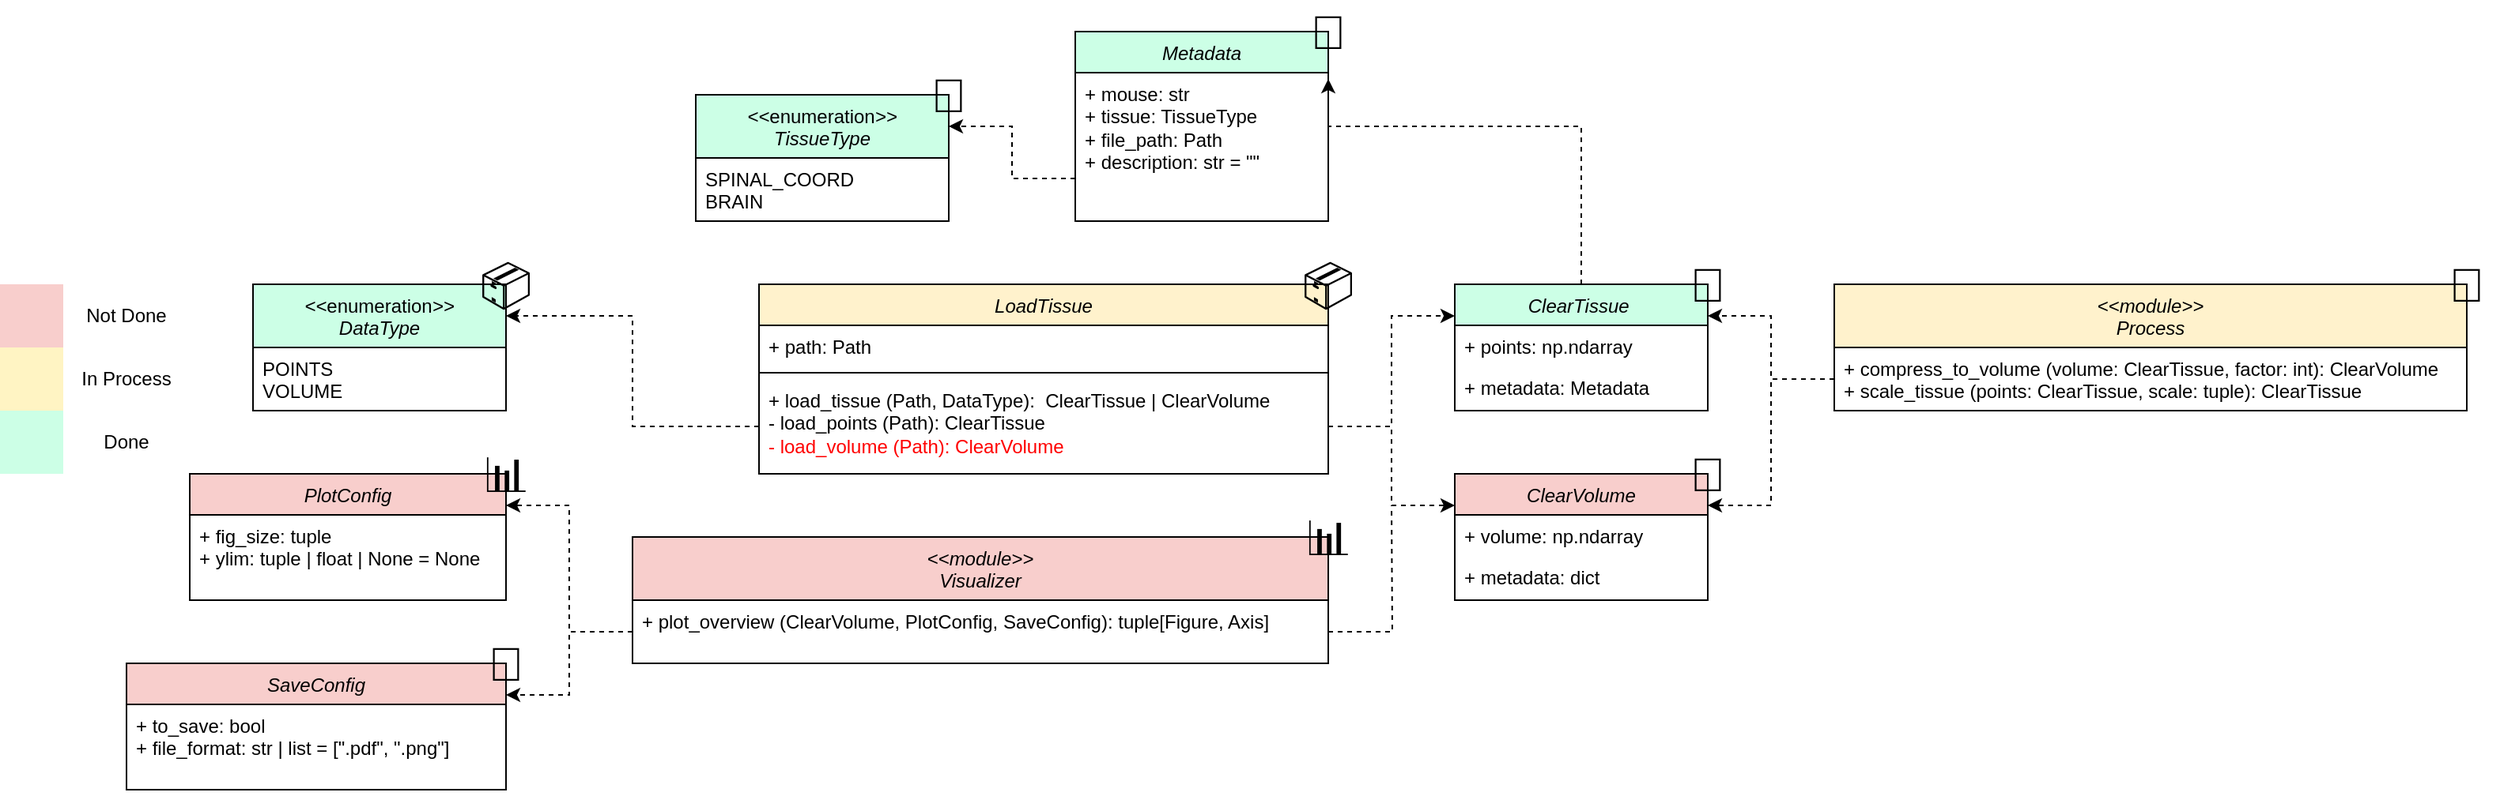
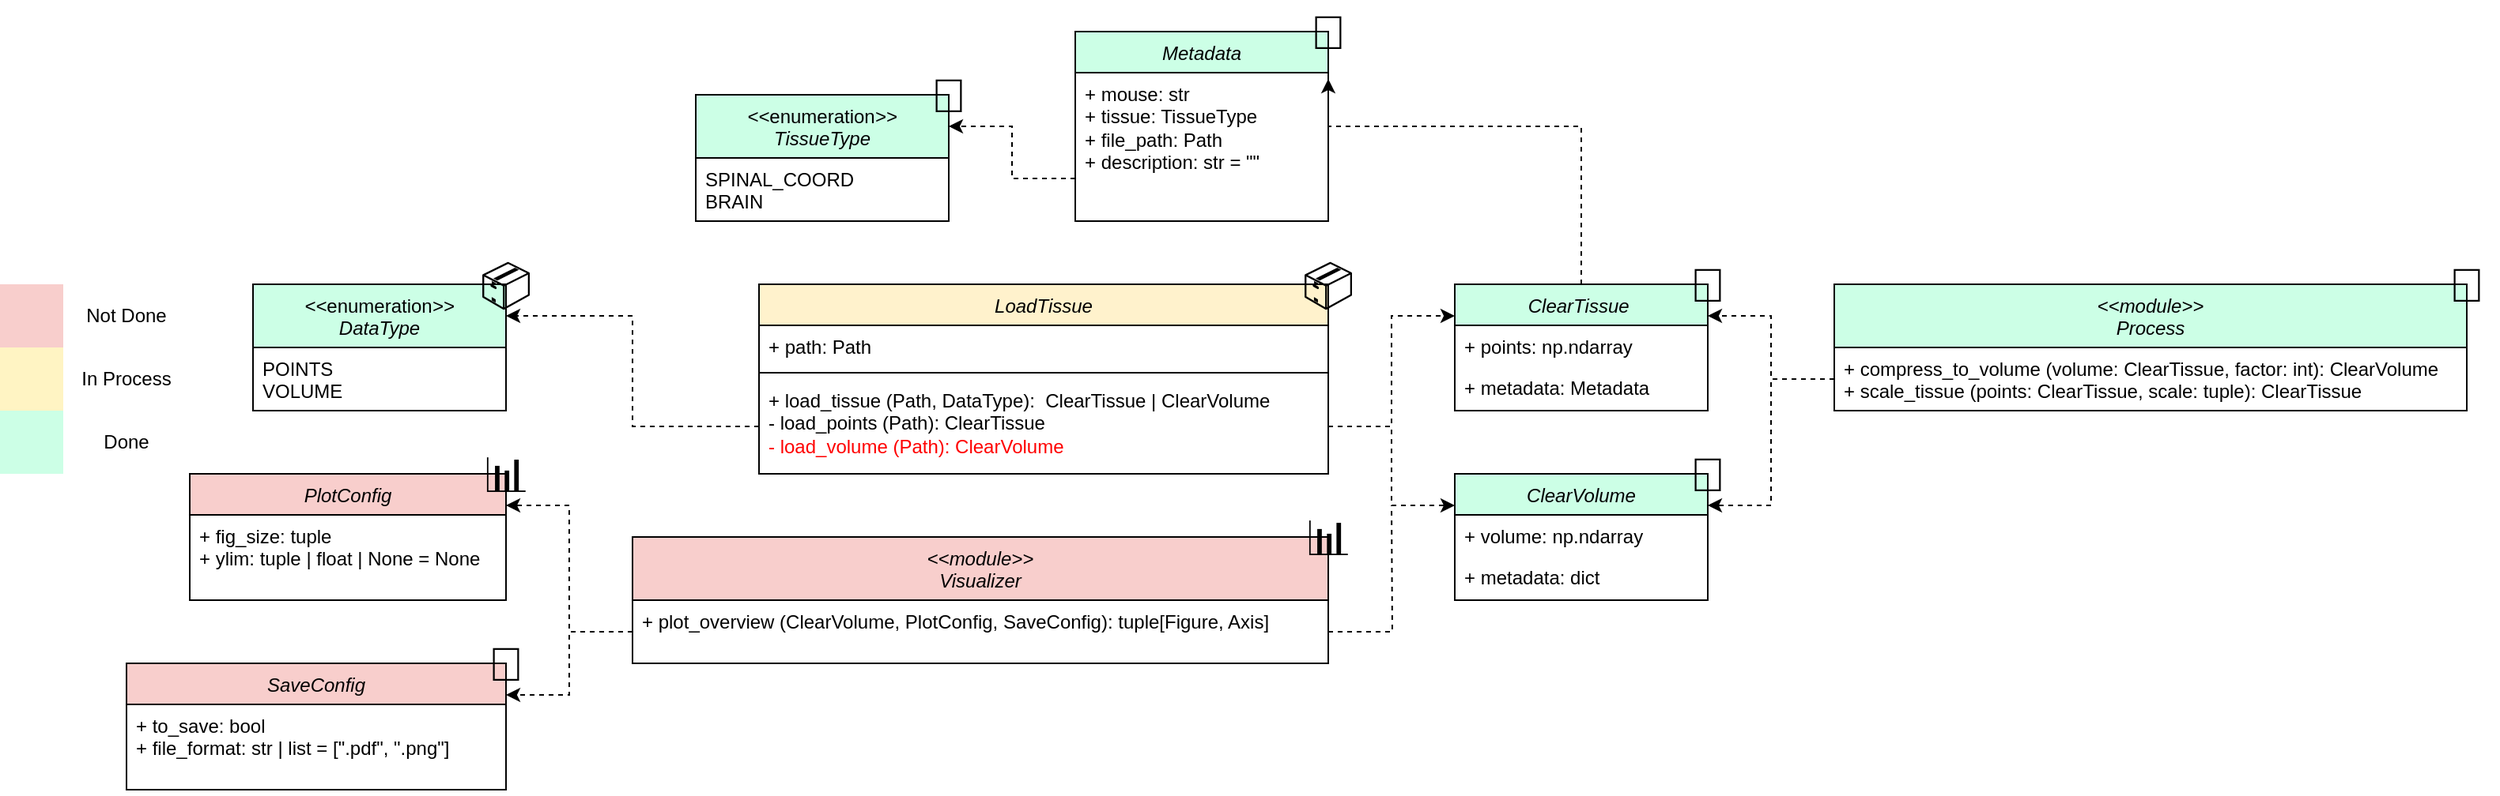
<mxfile host="Electron" agent="Mozilla/5.0 (Macintosh; Intel Mac OS X 10_15_7) AppleWebKit/537.36 (KHTML, like Gecko) draw.io/29.6.1 Chrome/142.0.7444.265 Electron/39.8.0 Safari/537.36" version="29.6.1">
  <diagram id="C5RBs43oDa-KdzZeNtuy" name="Page-1">
    <mxGraphModel dx="2335" dy="891" grid="1" gridSize="10" guides="1" tooltips="1" connect="1" arrows="1" fold="1" page="1" pageScale="1" pageWidth="827" pageHeight="1169" math="0" shadow="0">
      <root>
        <mxCell id="WIyWlLk6GJQsqaUBKTNV-0" />
        <mxCell id="WIyWlLk6GJQsqaUBKTNV-1" parent="WIyWlLk6GJQsqaUBKTNV-0" />
        <mxCell id="zkfFHV4jXpPFQw0GAbJ--0" parent="WIyWlLk6GJQsqaUBKTNV-1" style="swimlane;fontStyle=2;align=center;verticalAlign=top;childLayout=stackLayout;horizontal=1;startSize=26;horizontalStack=0;resizeParent=1;resizeLast=0;collapsible=1;marginBottom=0;rounded=0;shadow=0;strokeWidth=1;fillColor=#CCFFE6;" value="ClearTissue " vertex="1">
          <mxGeometry height="80" width="160" x="600" y="200" as="geometry">
            <mxRectangle height="26" width="160" x="360" y="40" as="alternateBounds" />
          </mxGeometry>
        </mxCell>
        <mxCell id="zkfFHV4jXpPFQw0GAbJ--1" parent="zkfFHV4jXpPFQw0GAbJ--0" style="text;align=left;verticalAlign=top;spacingLeft=4;spacingRight=4;overflow=hidden;rotatable=0;points=[[0,0.5],[1,0.5]];portConstraint=eastwest;" value="+ points: np.ndarray" vertex="1">
          <mxGeometry height="26" width="160" y="26" as="geometry" />
        </mxCell>
        <mxCell id="zkfFHV4jXpPFQw0GAbJ--2" parent="zkfFHV4jXpPFQw0GAbJ--0" style="text;align=left;verticalAlign=top;spacingLeft=4;spacingRight=4;overflow=hidden;rotatable=0;points=[[0,0.5],[1,0.5]];portConstraint=eastwest;rounded=0;shadow=0;html=0;" value="+ metadata: Metadata" vertex="1">
          <mxGeometry height="26" width="160" y="52" as="geometry" />
        </mxCell>
        <mxCell id="KJ-KwieZcmjA-HbrrtZJ-0" parent="WIyWlLk6GJQsqaUBKTNV-1" style="swimlane;fontStyle=1;align=center;verticalAlign=top;childLayout=stackLayout;horizontal=1;startSize=26;horizontalStack=0;resizeParent=1;resizeParentMax=0;resizeLast=0;collapsible=1;marginBottom=0;whiteSpace=wrap;html=1;fillColor=#FFF2CC;" value="&lt;i style=&quot;font-weight: normal;&quot;&gt;LoadTissue&lt;/i&gt;" vertex="1">
          <mxGeometry height="120" width="360" x="160" y="200" as="geometry" />
        </mxCell>
        <mxCell id="KJ-KwieZcmjA-HbrrtZJ-1" parent="KJ-KwieZcmjA-HbrrtZJ-0" style="text;strokeColor=none;fillColor=none;align=left;verticalAlign=top;spacingLeft=4;spacingRight=4;overflow=hidden;rotatable=0;points=[[0,0.5],[1,0.5]];portConstraint=eastwest;whiteSpace=wrap;html=1;" value="+ path: Path" vertex="1">
          <mxGeometry height="26" width="360" y="26" as="geometry" />
        </mxCell>
        <mxCell id="KJ-KwieZcmjA-HbrrtZJ-2" parent="KJ-KwieZcmjA-HbrrtZJ-0" style="line;strokeWidth=1;fillColor=none;align=left;verticalAlign=middle;spacingTop=-1;spacingLeft=3;spacingRight=3;rotatable=0;labelPosition=right;points=[];portConstraint=eastwest;strokeColor=inherit;" value="" vertex="1">
          <mxGeometry height="8" width="360" y="52" as="geometry" />
        </mxCell>
        <mxCell id="KJ-KwieZcmjA-HbrrtZJ-3" parent="KJ-KwieZcmjA-HbrrtZJ-0" style="text;strokeColor=none;fillColor=none;align=left;verticalAlign=top;spacingLeft=4;spacingRight=4;overflow=hidden;rotatable=0;points=[[0,0.5],[1,0.5]];portConstraint=eastwest;whiteSpace=wrap;html=1;" value="+ load_tissue (&lt;span style=&quot;background-color: transparent; color: light-dark(rgb(0, 0, 0), rgb(255, 255, 255));&quot;&gt;Path,&amp;nbsp;&lt;/span&gt;&lt;span style=&quot;text-align: center;&quot;&gt;DataType&lt;/span&gt;&lt;span style=&quot;background-color: transparent; color: light-dark(rgb(0, 0, 0), rgb(255, 255, 255));&quot;&gt;):&amp;nbsp; ClearTissue | ClearVolume&lt;/span&gt;&lt;div&gt;&lt;span style=&quot;background-color: transparent; color: light-dark(rgb(0, 0, 0), rgb(255, 255, 255));&quot;&gt;- load_points (Path): ClearTissue&lt;/span&gt;&lt;/div&gt;&lt;div&gt;&lt;span style=&quot;background-color: transparent;&quot;&gt;&lt;font style=&quot;color: light-dark(rgb(255, 0, 0), rgb(255, 255, 255));&quot;&gt;- load_volume (Path): ClearVolume&lt;/font&gt;&lt;/span&gt;&lt;/div&gt;" vertex="1">
          <mxGeometry height="60" width="360" y="60" as="geometry" />
        </mxCell>
        <mxCell id="KJ-KwieZcmjA-HbrrtZJ-9" parent="WIyWlLk6GJQsqaUBKTNV-1" style="swimlane;fontStyle=1;align=center;verticalAlign=top;childLayout=stackLayout;horizontal=1;startSize=40;horizontalStack=0;resizeParent=1;resizeParentMax=0;resizeLast=0;collapsible=1;marginBottom=0;whiteSpace=wrap;html=1;fillColor=#CCFFE6;" value="&lt;i style=&quot;font-weight: 400;&quot;&gt;&amp;lt;&amp;lt;&lt;/i&gt;&lt;span style=&quot;font-weight: 400;&quot;&gt;enumeration&lt;/span&gt;&lt;i style=&quot;font-weight: 400;&quot;&gt;&amp;gt;&amp;gt;&lt;/i&gt;&lt;br style=&quot;font-weight: 400;&quot;&gt;&lt;i style=&quot;font-weight: 400;&quot;&gt;DataType&lt;/i&gt;" vertex="1">
          <mxGeometry height="80" width="160" x="-160" y="200" as="geometry" />
        </mxCell>
        <mxCell id="KJ-KwieZcmjA-HbrrtZJ-10" parent="KJ-KwieZcmjA-HbrrtZJ-9" style="text;strokeColor=none;fillColor=none;align=left;verticalAlign=top;spacingLeft=4;spacingRight=4;overflow=hidden;rotatable=0;points=[[0,0.5],[1,0.5]];portConstraint=eastwest;whiteSpace=wrap;html=1;" value="POINTS&lt;div&gt;VOLUME&lt;/div&gt;" vertex="1">
          <mxGeometry height="40" width="160" y="40" as="geometry" />
        </mxCell>
        <mxCell id="KJ-KwieZcmjA-HbrrtZJ-14" edge="1" parent="WIyWlLk6GJQsqaUBKTNV-1" source="KJ-KwieZcmjA-HbrrtZJ-3" style="edgeStyle=orthogonalEdgeStyle;rounded=0;orthogonalLoop=1;jettySize=auto;html=1;exitX=0;exitY=0.5;exitDx=0;exitDy=0;entryX=1;entryY=0.25;entryDx=0;entryDy=0;dashed=1;" target="KJ-KwieZcmjA-HbrrtZJ-9">
          <mxGeometry relative="1" as="geometry" />
        </mxCell>
        <mxCell id="KJ-KwieZcmjA-HbrrtZJ-15" edge="1" parent="WIyWlLk6GJQsqaUBKTNV-1" source="KJ-KwieZcmjA-HbrrtZJ-3" style="edgeStyle=orthogonalEdgeStyle;rounded=0;orthogonalLoop=1;jettySize=auto;html=1;exitX=1;exitY=0.5;exitDx=0;exitDy=0;entryX=0;entryY=0.25;entryDx=0;entryDy=0;dashed=1;" target="zkfFHV4jXpPFQw0GAbJ--0">
          <mxGeometry relative="1" as="geometry" />
        </mxCell>
-         <mxCell id="KJ-KwieZcmjA-HbrrtZJ-16" parent="WIyWlLk6GJQsqaUBKTNV-1" style="swimlane;fontStyle=2;align=center;verticalAlign=top;childLayout=stackLayout;horizontal=1;startSize=26;horizontalStack=0;resizeParent=1;resizeLast=0;collapsible=1;marginBottom=0;rounded=0;shadow=0;strokeWidth=1;fillColor=#F8CECC;" value="ClearVolume" vertex="1">
+         <mxCell id="KJ-KwieZcmjA-HbrrtZJ-16" parent="WIyWlLk6GJQsqaUBKTNV-1" style="swimlane;fontStyle=2;align=center;verticalAlign=top;childLayout=stackLayout;horizontal=1;startSize=26;horizontalStack=0;resizeParent=1;resizeLast=0;collapsible=1;marginBottom=0;rounded=0;shadow=0;strokeWidth=1;fillColor=light-dark(#ccffe6, #1f2f1e);" value="ClearVolume" vertex="1">
          <mxGeometry height="80" width="160" x="600" y="320" as="geometry">
            <mxRectangle height="26" width="160" x="360" y="40" as="alternateBounds" />
          </mxGeometry>
        </mxCell>
        <mxCell id="KJ-KwieZcmjA-HbrrtZJ-17" parent="KJ-KwieZcmjA-HbrrtZJ-16" style="text;align=left;verticalAlign=top;spacingLeft=4;spacingRight=4;overflow=hidden;rotatable=0;points=[[0,0.5],[1,0.5]];portConstraint=eastwest;" value="+ volume: np.ndarray" vertex="1">
          <mxGeometry height="26" width="160" y="26" as="geometry" />
        </mxCell>
        <mxCell id="KJ-KwieZcmjA-HbrrtZJ-18" parent="KJ-KwieZcmjA-HbrrtZJ-16" style="text;align=left;verticalAlign=top;spacingLeft=4;spacingRight=4;overflow=hidden;rotatable=0;points=[[0,0.5],[1,0.5]];portConstraint=eastwest;rounded=0;shadow=0;html=0;" value="+ metadata: dict" vertex="1">
          <mxGeometry height="26" width="160" y="52" as="geometry" />
        </mxCell>
        <mxCell id="KJ-KwieZcmjA-HbrrtZJ-19" edge="1" parent="WIyWlLk6GJQsqaUBKTNV-1" source="KJ-KwieZcmjA-HbrrtZJ-3" style="edgeStyle=orthogonalEdgeStyle;rounded=0;orthogonalLoop=1;jettySize=auto;html=1;exitX=1;exitY=0.5;exitDx=0;exitDy=0;entryX=0;entryY=0.25;entryDx=0;entryDy=0;dashed=1;" target="KJ-KwieZcmjA-HbrrtZJ-16">
          <mxGeometry relative="1" as="geometry" />
        </mxCell>
-         <mxCell id="KJ-KwieZcmjA-HbrrtZJ-23" parent="WIyWlLk6GJQsqaUBKTNV-1" style="swimlane;fontStyle=1;align=center;verticalAlign=top;childLayout=stackLayout;horizontal=1;startSize=40;horizontalStack=0;resizeParent=1;resizeParentMax=0;resizeLast=0;collapsible=1;marginBottom=0;whiteSpace=wrap;html=1;fillColor=#FFF2CC;" value="&lt;div&gt;&lt;i style=&quot;font-weight: normal;&quot;&gt;&amp;lt;&amp;lt;module&amp;gt;&amp;gt;&lt;/i&gt;&lt;/div&gt;&lt;i style=&quot;font-weight: normal;&quot;&gt;Process&lt;/i&gt;" vertex="1">
+         <mxCell id="KJ-KwieZcmjA-HbrrtZJ-23" parent="WIyWlLk6GJQsqaUBKTNV-1" style="swimlane;fontStyle=1;align=center;verticalAlign=top;childLayout=stackLayout;horizontal=1;startSize=40;horizontalStack=0;resizeParent=1;resizeParentMax=0;resizeLast=0;collapsible=1;marginBottom=0;whiteSpace=wrap;html=1;fillColor=light-dark(#ccffe6, #1f2f1e);" value="&lt;div&gt;&lt;i style=&quot;font-weight: normal;&quot;&gt;&amp;lt;&amp;lt;module&amp;gt;&amp;gt;&lt;/i&gt;&lt;/div&gt;&lt;i style=&quot;font-weight: normal;&quot;&gt;Process&lt;/i&gt;" vertex="1">
          <mxGeometry height="80" width="400" x="840" y="200" as="geometry" />
        </mxCell>
        <mxCell id="KJ-KwieZcmjA-HbrrtZJ-26" parent="KJ-KwieZcmjA-HbrrtZJ-23" style="text;strokeColor=none;fillColor=none;align=left;verticalAlign=top;spacingLeft=4;spacingRight=4;overflow=hidden;rotatable=0;points=[[0,0.5],[1,0.5]];portConstraint=eastwest;whiteSpace=wrap;html=1;" value="+ compress_to_volume (volume: ClearTissue, factor: int): ClearVolume&lt;div&gt;+ scale_tissue (points: ClearTissue, scale: tuple): ClearTissue&lt;/div&gt;" vertex="1">
          <mxGeometry height="40" width="400" y="40" as="geometry" />
        </mxCell>
        <mxCell id="KJ-KwieZcmjA-HbrrtZJ-27" edge="1" parent="WIyWlLk6GJQsqaUBKTNV-1" source="KJ-KwieZcmjA-HbrrtZJ-26" style="edgeStyle=orthogonalEdgeStyle;rounded=0;orthogonalLoop=1;jettySize=auto;html=1;exitX=0;exitY=0.5;exitDx=0;exitDy=0;entryX=1;entryY=0.25;entryDx=0;entryDy=0;dashed=1;" target="zkfFHV4jXpPFQw0GAbJ--0">
          <mxGeometry relative="1" as="geometry" />
        </mxCell>
        <mxCell id="KJ-KwieZcmjA-HbrrtZJ-28" edge="1" parent="WIyWlLk6GJQsqaUBKTNV-1" source="KJ-KwieZcmjA-HbrrtZJ-26" style="edgeStyle=orthogonalEdgeStyle;rounded=0;orthogonalLoop=1;jettySize=auto;html=1;exitX=0;exitY=0.5;exitDx=0;exitDy=0;entryX=1;entryY=0.25;entryDx=0;entryDy=0;dashed=1;" target="KJ-KwieZcmjA-HbrrtZJ-16">
          <mxGeometry relative="1" as="geometry" />
        </mxCell>
        <mxCell id="KJ-KwieZcmjA-HbrrtZJ-29" parent="WIyWlLk6GJQsqaUBKTNV-1" style="swimlane;fontStyle=1;align=center;verticalAlign=top;childLayout=stackLayout;horizontal=1;startSize=40;horizontalStack=0;resizeParent=1;resizeParentMax=0;resizeLast=0;collapsible=1;marginBottom=0;whiteSpace=wrap;html=1;fillColor=#F8CECC;" value="&lt;div&gt;&lt;i style=&quot;font-weight: normal;&quot;&gt;&amp;lt;&amp;lt;module&amp;gt;&amp;gt;&lt;/i&gt;&lt;i style=&quot;font-weight: normal;&quot;&gt;&lt;/i&gt;&lt;/div&gt;&lt;i style=&quot;font-weight: normal;&quot;&gt;Visualizer&lt;/i&gt;" vertex="1">
          <mxGeometry height="80" width="440" x="80" y="360" as="geometry" />
        </mxCell>
        <mxCell id="KJ-KwieZcmjA-HbrrtZJ-32" parent="KJ-KwieZcmjA-HbrrtZJ-29" style="text;strokeColor=none;fillColor=none;align=left;verticalAlign=top;spacingLeft=4;spacingRight=4;overflow=hidden;rotatable=0;points=[[0,0.5],[1,0.5]];portConstraint=eastwest;whiteSpace=wrap;html=1;" value="+ plot_overview (ClearVolume, PlotConfig, SaveConfig): tuple[Figure, Axis]" vertex="1">
          <mxGeometry height="40" width="440" y="40" as="geometry" />
        </mxCell>
        <mxCell id="KJ-KwieZcmjA-HbrrtZJ-33" parent="WIyWlLk6GJQsqaUBKTNV-1" style="swimlane;fontStyle=1;align=center;verticalAlign=top;childLayout=stackLayout;horizontal=1;startSize=26;horizontalStack=0;resizeParent=1;resizeParentMax=0;resizeLast=0;collapsible=1;marginBottom=0;whiteSpace=wrap;html=1;fillColor=#F8CECC;" value="&lt;i style=&quot;font-weight: normal;&quot;&gt;PlotConfig&lt;/i&gt;" vertex="1">
          <mxGeometry height="80" width="200" x="-200" y="320" as="geometry" />
        </mxCell>
        <mxCell id="KJ-KwieZcmjA-HbrrtZJ-34" parent="KJ-KwieZcmjA-HbrrtZJ-33" style="text;strokeColor=none;fillColor=none;align=left;verticalAlign=top;spacingLeft=4;spacingRight=4;overflow=hidden;rotatable=0;points=[[0,0.5],[1,0.5]];portConstraint=eastwest;whiteSpace=wrap;html=1;" value="+ fig_size: tuple&lt;div&gt;+ ylim: tuple | float | None = None&lt;/div&gt;" vertex="1">
          <mxGeometry height="54" width="200" y="26" as="geometry" />
        </mxCell>
        <mxCell id="KJ-KwieZcmjA-HbrrtZJ-37" parent="WIyWlLk6GJQsqaUBKTNV-1" style="swimlane;fontStyle=1;align=center;verticalAlign=top;childLayout=stackLayout;horizontal=1;startSize=26;horizontalStack=0;resizeParent=1;resizeParentMax=0;resizeLast=0;collapsible=1;marginBottom=0;whiteSpace=wrap;html=1;fillColor=#F8CECC;" value="&lt;i style=&quot;font-weight: normal;&quot;&gt;SaveConfig&lt;/i&gt;" vertex="1">
          <mxGeometry height="80" width="240" x="-240" y="440" as="geometry" />
        </mxCell>
        <mxCell id="KJ-KwieZcmjA-HbrrtZJ-38" parent="KJ-KwieZcmjA-HbrrtZJ-37" style="text;strokeColor=none;fillColor=none;align=left;verticalAlign=top;spacingLeft=4;spacingRight=4;overflow=hidden;rotatable=0;points=[[0,0.5],[1,0.5]];portConstraint=eastwest;whiteSpace=wrap;html=1;" value="+ to_save&lt;span style=&quot;background-color: transparent; color: light-dark(rgb(0, 0, 0), rgb(255, 255, 255));&quot;&gt;: bool&lt;/span&gt;&lt;div&gt;&lt;div&gt;+ file_format: str | list = [&quot;.pdf&quot;, &quot;.png&quot;]&lt;/div&gt;&lt;/div&gt;" vertex="1">
          <mxGeometry height="54" width="240" y="26" as="geometry" />
        </mxCell>
        <mxCell id="KJ-KwieZcmjA-HbrrtZJ-40" edge="1" parent="WIyWlLk6GJQsqaUBKTNV-1" source="KJ-KwieZcmjA-HbrrtZJ-32" style="edgeStyle=orthogonalEdgeStyle;rounded=0;orthogonalLoop=1;jettySize=auto;html=1;exitX=0;exitY=0.5;exitDx=0;exitDy=0;entryX=1;entryY=0.25;entryDx=0;entryDy=0;dashed=1;" target="KJ-KwieZcmjA-HbrrtZJ-37">
          <mxGeometry relative="1" as="geometry">
            <Array as="points">
              <mxPoint x="40" y="420" />
              <mxPoint x="40" y="460" />
            </Array>
          </mxGeometry>
        </mxCell>
        <mxCell id="KJ-KwieZcmjA-HbrrtZJ-41" edge="1" parent="WIyWlLk6GJQsqaUBKTNV-1" source="KJ-KwieZcmjA-HbrrtZJ-32" style="edgeStyle=orthogonalEdgeStyle;rounded=0;orthogonalLoop=1;jettySize=auto;html=1;exitX=1;exitY=0.5;exitDx=0;exitDy=0;dashed=1;strokeWidth=1;endArrow=none;endFill=0;">
          <mxGeometry relative="1" as="geometry">
            <mxPoint x="560" y="340" as="targetPoint" />
          </mxGeometry>
        </mxCell>
        <mxCell id="KJ-KwieZcmjA-HbrrtZJ-42" edge="1" parent="WIyWlLk6GJQsqaUBKTNV-1" source="KJ-KwieZcmjA-HbrrtZJ-32" style="edgeStyle=orthogonalEdgeStyle;rounded=0;orthogonalLoop=1;jettySize=auto;html=1;exitX=0;exitY=0.5;exitDx=0;exitDy=0;entryX=1;entryY=0.25;entryDx=0;entryDy=0;dashed=1;" target="KJ-KwieZcmjA-HbrrtZJ-33">
          <mxGeometry relative="1" as="geometry">
            <Array as="points">
              <mxPoint x="40" y="420" />
              <mxPoint x="40" y="340" />
            </Array>
          </mxGeometry>
        </mxCell>
        <mxCell id="KJ-KwieZcmjA-HbrrtZJ-43" parent="WIyWlLk6GJQsqaUBKTNV-1" style="rounded=0;whiteSpace=wrap;html=1;strokeColor=none;fillColor=#CCFFE6;" value="" vertex="1">
          <mxGeometry height="40" width="40" x="-320" y="280" as="geometry" />
        </mxCell>
        <mxCell id="KJ-KwieZcmjA-HbrrtZJ-44" parent="WIyWlLk6GJQsqaUBKTNV-1" style="rounded=0;whiteSpace=wrap;html=1;strokeColor=none;fillColor=#FFF4C3;" value="" vertex="1">
          <mxGeometry height="40" width="40" x="-320" y="240" as="geometry" />
        </mxCell>
        <mxCell id="KJ-KwieZcmjA-HbrrtZJ-45" parent="WIyWlLk6GJQsqaUBKTNV-1" style="rounded=0;whiteSpace=wrap;html=1;strokeColor=none;fillColor=#F8CECC;" value="" vertex="1">
          <mxGeometry height="40" width="40" x="-320" y="200" as="geometry" />
        </mxCell>
        <mxCell id="KJ-KwieZcmjA-HbrrtZJ-46" parent="WIyWlLk6GJQsqaUBKTNV-1" style="text;html=1;whiteSpace=wrap;strokeColor=none;fillColor=none;align=center;verticalAlign=middle;rounded=0;" value="Not Done" vertex="1">
          <mxGeometry height="40" width="80" x="-280" y="200" as="geometry" />
        </mxCell>
        <mxCell id="KJ-KwieZcmjA-HbrrtZJ-47" parent="WIyWlLk6GJQsqaUBKTNV-1" style="text;html=1;whiteSpace=wrap;strokeColor=none;fillColor=none;align=center;verticalAlign=middle;rounded=0;" value="In Process" vertex="1">
          <mxGeometry height="40" width="80" x="-280" y="240" as="geometry" />
        </mxCell>
        <mxCell id="KJ-KwieZcmjA-HbrrtZJ-48" parent="WIyWlLk6GJQsqaUBKTNV-1" style="text;html=1;whiteSpace=wrap;strokeColor=none;fillColor=none;align=center;verticalAlign=middle;rounded=0;" value="Done" vertex="1">
          <mxGeometry height="40" width="80" x="-280" y="280" as="geometry" />
        </mxCell>
        <mxCell id="KJ-KwieZcmjA-HbrrtZJ-49" parent="WIyWlLk6GJQsqaUBKTNV-1" style="text;html=1;whiteSpace=wrap;strokeColor=none;fillColor=none;align=center;verticalAlign=middle;rounded=0;fontSize=30;" value="📦" vertex="1">
          <mxGeometry height="40" width="40" x="-20" y="180" as="geometry" />
        </mxCell>
        <mxCell id="KJ-KwieZcmjA-HbrrtZJ-51" parent="WIyWlLk6GJQsqaUBKTNV-1" style="text;html=1;whiteSpace=wrap;strokeColor=none;fillColor=none;align=center;verticalAlign=middle;rounded=0;fontSize=30;" value="📦" vertex="1">
          <mxGeometry height="40" width="40" x="500" y="180" as="geometry" />
        </mxCell>
        <mxCell id="KJ-KwieZcmjA-HbrrtZJ-52" parent="WIyWlLk6GJQsqaUBKTNV-1" style="text;html=1;whiteSpace=wrap;strokeColor=none;fillColor=none;align=center;verticalAlign=middle;rounded=0;fontSize=30;" value="🧪" vertex="1">
          <mxGeometry height="40" width="40" x="740" y="180" as="geometry" />
        </mxCell>
        <mxCell id="KJ-KwieZcmjA-HbrrtZJ-53" parent="WIyWlLk6GJQsqaUBKTNV-1" style="text;html=1;whiteSpace=wrap;strokeColor=none;fillColor=none;align=center;verticalAlign=middle;rounded=0;fontSize=30;" value="🧪" vertex="1">
          <mxGeometry height="40" width="40" x="740" y="300" as="geometry" />
        </mxCell>
        <mxCell id="KJ-KwieZcmjA-HbrrtZJ-54" parent="WIyWlLk6GJQsqaUBKTNV-1" style="text;html=1;whiteSpace=wrap;strokeColor=none;fillColor=none;align=center;verticalAlign=middle;rounded=0;fontSize=30;" value="📊" vertex="1">
          <mxGeometry height="40" width="40" x="500" y="340" as="geometry" />
        </mxCell>
        <mxCell id="KJ-KwieZcmjA-HbrrtZJ-55" parent="WIyWlLk6GJQsqaUBKTNV-1" style="text;html=1;whiteSpace=wrap;strokeColor=none;fillColor=none;align=center;verticalAlign=middle;rounded=0;fontSize=30;" value="📊" vertex="1">
          <mxGeometry height="40" width="40" x="-20" y="300" as="geometry" />
        </mxCell>
        <mxCell id="KJ-KwieZcmjA-HbrrtZJ-56" parent="WIyWlLk6GJQsqaUBKTNV-1" style="text;html=1;whiteSpace=wrap;strokeColor=none;fillColor=none;align=center;verticalAlign=middle;rounded=0;fontSize=30;" value="💾" vertex="1">
          <mxGeometry height="40" width="40" x="-20" y="420" as="geometry" />
        </mxCell>
        <mxCell id="KJ-KwieZcmjA-HbrrtZJ-57" parent="WIyWlLk6GJQsqaUBKTNV-1" style="text;html=1;whiteSpace=wrap;strokeColor=none;fillColor=none;align=center;verticalAlign=middle;rounded=0;fontSize=30;" value="🍔" vertex="1">
          <mxGeometry height="40" width="40" x="1220" y="180" as="geometry" />
        </mxCell>
        <mxCell id="KJ-KwieZcmjA-HbrrtZJ-58" parent="WIyWlLk6GJQsqaUBKTNV-1" style="swimlane;fontStyle=1;align=center;verticalAlign=top;childLayout=stackLayout;horizontal=1;startSize=26;horizontalStack=0;resizeParent=1;resizeParentMax=0;resizeLast=0;collapsible=1;marginBottom=0;whiteSpace=wrap;html=1;fillColor=#CCFFE6;" value="&lt;i style=&quot;font-weight: normal;&quot;&gt;Metadata&lt;/i&gt;" vertex="1">
          <mxGeometry height="120" width="160" x="360" y="40" as="geometry" />
        </mxCell>
        <mxCell id="KJ-KwieZcmjA-HbrrtZJ-59" parent="KJ-KwieZcmjA-HbrrtZJ-58" style="text;strokeColor=none;fillColor=none;align=left;verticalAlign=top;spacingLeft=4;spacingRight=4;overflow=hidden;rotatable=0;points=[[0,0.5],[1,0.5]];portConstraint=eastwest;whiteSpace=wrap;html=1;" value="+ mouse: str&lt;div&gt;+ tissue: TissueType&lt;/div&gt;&lt;div&gt;+ file_path: Path&lt;/div&gt;&lt;div&gt;+ description: str = &quot;&quot;&lt;/div&gt;" vertex="1">
          <mxGeometry height="94" width="160" y="26" as="geometry" />
        </mxCell>
        <mxCell id="KJ-KwieZcmjA-HbrrtZJ-60" parent="WIyWlLk6GJQsqaUBKTNV-1" style="text;html=1;whiteSpace=wrap;strokeColor=none;fillColor=none;align=center;verticalAlign=middle;rounded=0;fontSize=30;" value="🔎" vertex="1">
          <mxGeometry height="40" width="40" x="500" y="20" as="geometry" />
        </mxCell>
        <mxCell id="KJ-KwieZcmjA-HbrrtZJ-61" edge="1" parent="WIyWlLk6GJQsqaUBKTNV-1" source="zkfFHV4jXpPFQw0GAbJ--0" style="edgeStyle=orthogonalEdgeStyle;rounded=0;orthogonalLoop=1;jettySize=auto;html=1;exitX=0.5;exitY=0;exitDx=0;exitDy=0;entryX=1;entryY=0.25;entryDx=0;entryDy=0;dashed=1;" target="KJ-KwieZcmjA-HbrrtZJ-58">
          <mxGeometry relative="1" as="geometry">
            <Array as="points">
              <mxPoint x="680" y="100" />
            </Array>
            <mxPoint x="630" y="100" as="targetPoint" />
          </mxGeometry>
        </mxCell>
        <mxCell id="KJ-KwieZcmjA-HbrrtZJ-62" parent="WIyWlLk6GJQsqaUBKTNV-1" style="swimlane;fontStyle=1;align=center;verticalAlign=top;childLayout=stackLayout;horizontal=1;startSize=40;horizontalStack=0;resizeParent=1;resizeParentMax=0;resizeLast=0;collapsible=1;marginBottom=0;whiteSpace=wrap;html=1;fillColor=#CCFFE6;" value="&lt;i style=&quot;font-weight: 400;&quot;&gt;&amp;lt;&amp;lt;&lt;/i&gt;&lt;span style=&quot;font-weight: 400;&quot;&gt;enumeration&lt;/span&gt;&lt;i style=&quot;font-weight: 400;&quot;&gt;&amp;gt;&amp;gt;&lt;/i&gt;&lt;br style=&quot;font-weight: 400;&quot;&gt;&lt;i style=&quot;font-weight: 400;&quot;&gt;TissueType&lt;/i&gt;" vertex="1">
          <mxGeometry height="80" width="160" x="120" y="80" as="geometry" />
        </mxCell>
        <mxCell id="KJ-KwieZcmjA-HbrrtZJ-63" parent="KJ-KwieZcmjA-HbrrtZJ-62" style="text;strokeColor=none;fillColor=none;align=left;verticalAlign=top;spacingLeft=4;spacingRight=4;overflow=hidden;rotatable=0;points=[[0,0.5],[1,0.5]];portConstraint=eastwest;whiteSpace=wrap;html=1;" value="SPINAL_COORD&lt;div&gt;BRAIN&lt;/div&gt;" vertex="1">
          <mxGeometry height="40" width="160" y="40" as="geometry" />
        </mxCell>
        <mxCell id="KJ-KwieZcmjA-HbrrtZJ-64" parent="WIyWlLk6GJQsqaUBKTNV-1" style="text;html=1;whiteSpace=wrap;strokeColor=none;fillColor=none;align=center;verticalAlign=middle;rounded=0;fontSize=30;" value="🧪" vertex="1">
          <mxGeometry height="40" width="40" x="260" y="60" as="geometry" />
        </mxCell>
        <mxCell id="KJ-KwieZcmjA-HbrrtZJ-65" edge="1" parent="WIyWlLk6GJQsqaUBKTNV-1" source="KJ-KwieZcmjA-HbrrtZJ-59" style="edgeStyle=orthogonalEdgeStyle;rounded=0;orthogonalLoop=1;jettySize=auto;html=1;entryX=1;entryY=0.25;entryDx=0;entryDy=0;dashed=1;" target="KJ-KwieZcmjA-HbrrtZJ-62" value="">
          <mxGeometry relative="1" as="geometry">
            <Array as="points">
              <mxPoint x="320" y="133" />
              <mxPoint x="320" y="100" />
            </Array>
          </mxGeometry>
        </mxCell>
      </root>
    </mxGraphModel>
  </diagram>
</mxfile>
